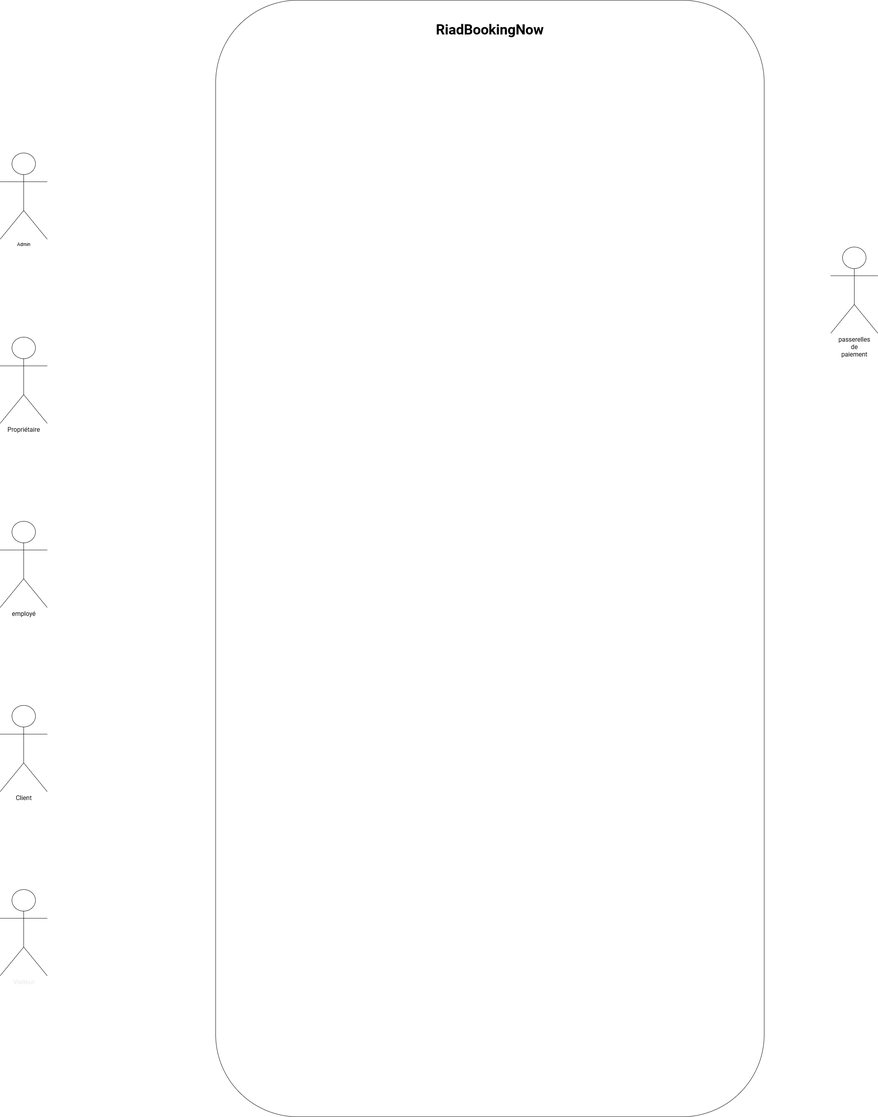
Above: UML/useCase.drawio.png in Mohammed-Ben-Cheikh/ProjectFllRouge (draw.io), before the change. Source tidied: cells renumbered, new cells last; positions are measured from the earlier drawing's top-left corner, leaving out a move shared by most shapes.
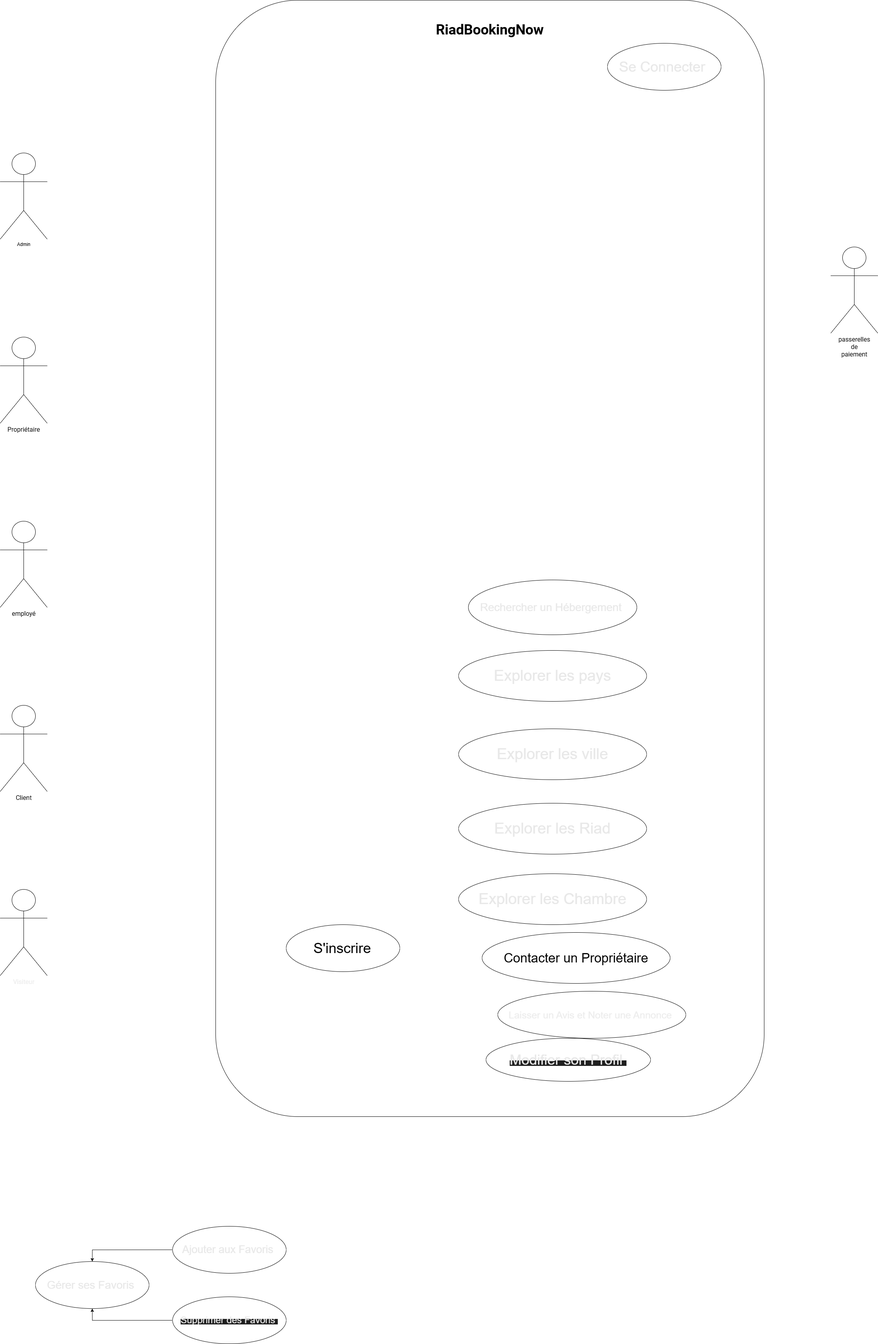
After the commit.

Commit message:
Mettre à jour useCase.drawio.png

Change to the diagram source:
```diff
@@ -26,5 +26,50 @@
     <mxCell id="9" value="&lt;font style=&quot;color: light-dark(rgb(237, 237, 237), rgb(255, 255, 255));&quot; face=&quot;Roboto, sans-serif&quot;&gt;&lt;span style=&quot;font-size: 16px; white-space: pre-wrap;&quot;&gt;Visiteur&lt;/span&gt;&lt;/font&gt;" style="shape=umlActor;verticalLabelPosition=bottom;verticalAlign=top;html=1;" parent="1" vertex="1">
       <mxGeometry y="2270" width="120" height="220" as="geometry" />
     </mxCell>
+    <mxCell id="10" value="&lt;span style=&quot;font-family: Arial, sans-serif; text-align: start; white-space: pre;&quot;&gt;&lt;font style=&quot;font-size: 36px; color: light-dark(rgb(232, 232, 232), rgb(255, 255, 255));&quot;&gt;Se Connecter &lt;/font&gt;&lt;/span&gt;" style="ellipse;whiteSpace=wrap;html=1;" parent="1" vertex="1">
+      <mxGeometry x="1550" y="110" width="290" height="120" as="geometry" />
+    </mxCell>
+    <mxCell id="11" value="&lt;div style=&quot;text-align: start;&quot;&gt;&lt;span style=&quot;background-color: transparent; font-size: 36px; white-space: pre;&quot;&gt;&lt;font face=&quot;Arial, sans-serif&quot;&gt;S'inscrire&lt;/font&gt;&lt;/span&gt;&lt;span style=&quot;background-color: transparent; color: light-dark(rgb(0, 0, 0), rgb(255, 255, 255));&quot;&gt;&amp;nbsp;&lt;/span&gt;&lt;/div&gt;" style="ellipse;whiteSpace=wrap;html=1;" parent="1" vertex="1">
+      <mxGeometry x="730" y="2360" width="290" height="120" as="geometry" />
+    </mxCell>
+    <mxCell id="12" value="&lt;span style=&quot;font-family: Arial, sans-serif; text-align: start; white-space: pre;&quot;&gt;&lt;font style=&quot;font-size: 28px; color: light-dark(rgb(232, 232, 232), rgb(255, 255, 255));&quot;&gt;Rechercher un Hébergement &lt;/font&gt;&lt;/span&gt;" style="ellipse;whiteSpace=wrap;html=1;" parent="1" vertex="1">
+      <mxGeometry x="1195" y="1480" width="430" height="140" as="geometry" />
+    </mxCell>
+    <mxCell id="13" value="&lt;span style=&quot;font-family: Arial, sans-serif; text-align: start; white-space: pre;&quot;&gt;&lt;font style=&quot;font-size: 39px; color: light-dark(rgb(232, 232, 232), rgb(255, 255, 255));&quot;&gt;Explorer les Riad&lt;/font&gt;&lt;/span&gt;" style="ellipse;whiteSpace=wrap;html=1;" parent="1" vertex="1">
+      <mxGeometry x="1170" y="2050" width="480" height="130" as="geometry" />
+    </mxCell>
+    <mxCell id="14" value="&lt;span style=&quot;font-family: Arial, sans-serif; text-align: start; white-space: pre;&quot;&gt;&lt;font style=&quot;font-size: 39px; color: light-dark(rgb(232, 232, 232), rgb(255, 255, 255));&quot;&gt;Explorer les Chambre&lt;/font&gt;&lt;/span&gt;" style="ellipse;whiteSpace=wrap;html=1;" parent="1" vertex="1">
+      <mxGeometry x="1170" y="2230" width="480" height="130" as="geometry" />
+    </mxCell>
+    <mxCell id="15" value="&lt;span style=&quot;font-family: Arial, sans-serif; text-align: start; white-space: pre;&quot;&gt;&lt;font style=&quot;font-size: 39px; color: light-dark(rgb(232, 232, 232), rgb(255, 255, 255));&quot;&gt;Explorer les ville&lt;/font&gt;&lt;/span&gt;" style="ellipse;whiteSpace=wrap;html=1;" parent="1" vertex="1">
+      <mxGeometry x="1170" y="1860" width="480" height="130" as="geometry" />
+    </mxCell>
+    <mxCell id="16" value="&lt;span style=&quot;font-family: Arial, sans-serif; text-align: start; white-space: pre;&quot;&gt;&lt;font style=&quot;font-size: 39px; color: light-dark(rgb(232, 232, 232), rgb(255, 255, 255));&quot;&gt;Explorer les pays&lt;/font&gt;&lt;/span&gt;" style="ellipse;whiteSpace=wrap;html=1;" parent="1" vertex="1">
+      <mxGeometry x="1170" y="1660" width="480" height="130" as="geometry" />
+    </mxCell>
+    <mxCell id="17" value="&lt;font style=&quot;font-size: 33px;&quot;&gt;&lt;span style=&quot;font-family: Arial, sans-serif; font-style: normal; font-variant-ligatures: normal; font-variant-caps: normal; font-weight: 400; letter-spacing: normal; orphans: 2; text-align: start; text-indent: 0px; text-transform: none; widows: 2; word-spacing: 0px; -webkit-text-stroke-width: 0px; white-space: pre; text-decoration-thickness: initial; text-decoration-style: initial; text-decoration-color: initial; float: none; display: inline !important;&quot;&gt;Contacter un Propriétaire&lt;/span&gt;&lt;/font&gt;" style="ellipse;whiteSpace=wrap;html=1;fontColor=default;" parent="1" vertex="1">
+      <mxGeometry x="1230" y="2380" width="480" height="130" as="geometry" />
+    </mxCell>
+    <mxCell id="18" value="&lt;div style=&quot;text-align: start;&quot;&gt;&lt;span style=&quot;font-family: Arial, sans-serif; white-space: pre;&quot;&gt;&lt;font style=&quot;color: light-dark(rgb(237, 237, 237), rgb(255, 255, 255)); font-size: 25px;&quot;&gt;Laisser un Avis et Noter une Annonce &lt;/font&gt;&lt;/span&gt;&lt;/div&gt;" style="ellipse;whiteSpace=wrap;html=1;" parent="1" vertex="1">
+      <mxGeometry x="1270" y="2530" width="480" height="120" as="geometry" />
+    </mxCell>
+    <mxCell id="19" value="&lt;div style=&quot;text-align: start;&quot;&gt;&lt;span style=&quot;font-family: Arial, sans-serif; white-space: pre;&quot;&gt;&lt;font style=&quot;color: light-dark(rgb(232, 232, 232), rgb(255, 255, 255)); font-size: 28px;&quot;&gt;Gérer ses Favoris &lt;/font&gt;&lt;/span&gt;&lt;/div&gt;" style="ellipse;whiteSpace=wrap;html=1;" parent="1" vertex="1">
+      <mxGeometry x="90" y="3220" width="290" height="120" as="geometry" />
+    </mxCell>
+    <mxCell id="20" style="edgeStyle=orthogonalEdgeStyle;rounded=0;jettySize=auto;html=1;exitX=0;exitY=0.5;exitDx=0;exitDy=0;entryX=0.5;entryY=0;entryDx=0;entryDy=0;" parent="1" edge="1" source="21" target="19">
+      <mxGeometry relative="1" as="geometry" />
+    </mxCell>
+    <mxCell id="21" value="&lt;div style=&quot;text-align: start;&quot;&gt;&lt;span style=&quot;font-family: Arial, sans-serif; white-space: pre;&quot;&gt;&lt;font style=&quot;font-size: 27px; color: light-dark(rgb(232, 232, 232), rgb(255, 255, 255));&quot;&gt;Ajouter aux Favoris &lt;/font&gt;&lt;/span&gt;&lt;/div&gt;" style="ellipse;whiteSpace=wrap;html=1;" parent="1" vertex="1">
+      <mxGeometry x="440" y="3130" width="290" height="120" as="geometry" />
+    </mxCell>
+    <mxCell id="22" style="edgeStyle=orthogonalEdgeStyle;rounded=0;jettySize=auto;html=1;exitX=0;exitY=0.5;exitDx=0;exitDy=0;entryX=0.5;entryY=1;entryDx=0;entryDy=0;fontSize=32;" parent="1" edge="1" source="23" target="19">
+      <mxGeometry relative="1" as="geometry" />
+    </mxCell>
+    <mxCell id="23" value="&lt;div style=&quot;text-align: start;&quot;&gt;&lt;span style=&quot;font-family: Arial, sans-serif; white-space: pre; background-color: light-dark(rgb(31, 31, 31), transparent);&quot;&gt;&lt;font style=&quot;color: light-dark(rgb(232, 232, 232), rgb(255, 255, 255)); font-size: 24px;&quot;&gt;Supprimer des Favoris &lt;/font&gt;&lt;/span&gt;&lt;/div&gt;" style="ellipse;whiteSpace=wrap;html=1;" parent="1" vertex="1">
+      <mxGeometry x="440" y="3310" width="290" height="120" as="geometry" />
+    </mxCell>
+    <mxCell id="24" value="&lt;div style=&quot;text-align: start;&quot;&gt;&lt;span style=&quot;font-family: Arial, sans-serif; white-space: pre; background-color: light-dark(rgb(31, 31, 31), transparent);&quot;&gt;&lt;font style=&quot;color: light-dark(rgb(232, 232, 232), rgb(255, 255, 255)); font-size: 36px;&quot;&gt;Modifier son Profil &lt;/font&gt;&lt;/span&gt;&lt;/div&gt;" style="ellipse;whiteSpace=wrap;html=1;" parent="1" vertex="1">
+      <mxGeometry x="1240" y="2650" width="420" height="110" as="geometry" />
+    </mxCell>
   </root>
 </mxGraphModel>
```
